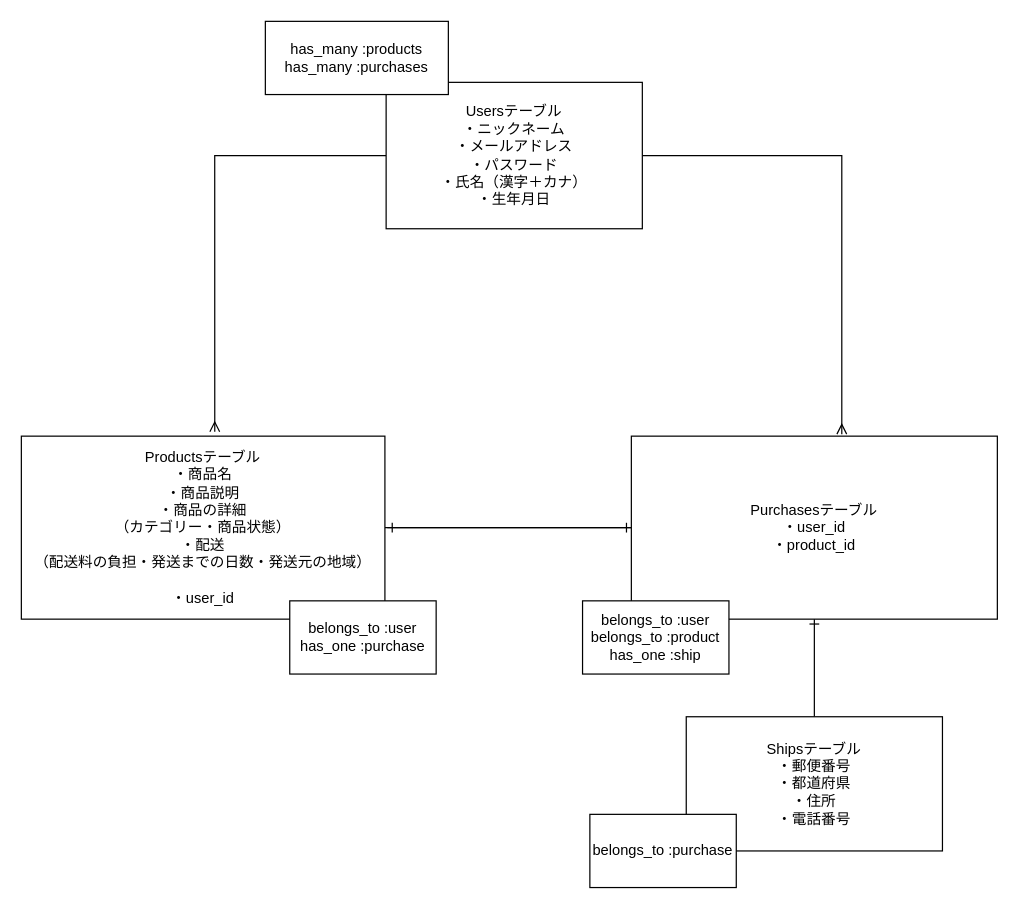
This is page "table" (2 of 2) of er.dio from k-ske/furima-29079, a draw.io file, before an edit. Source tidied: cells renumbered, new cells numbered last; positions are measured from the earlier drawing's top-left corner, leaving out a move shared by most shapes. Both pictures are drawn from the tidied source at 122%, with x=0, y=0 at pixel (21, 21).
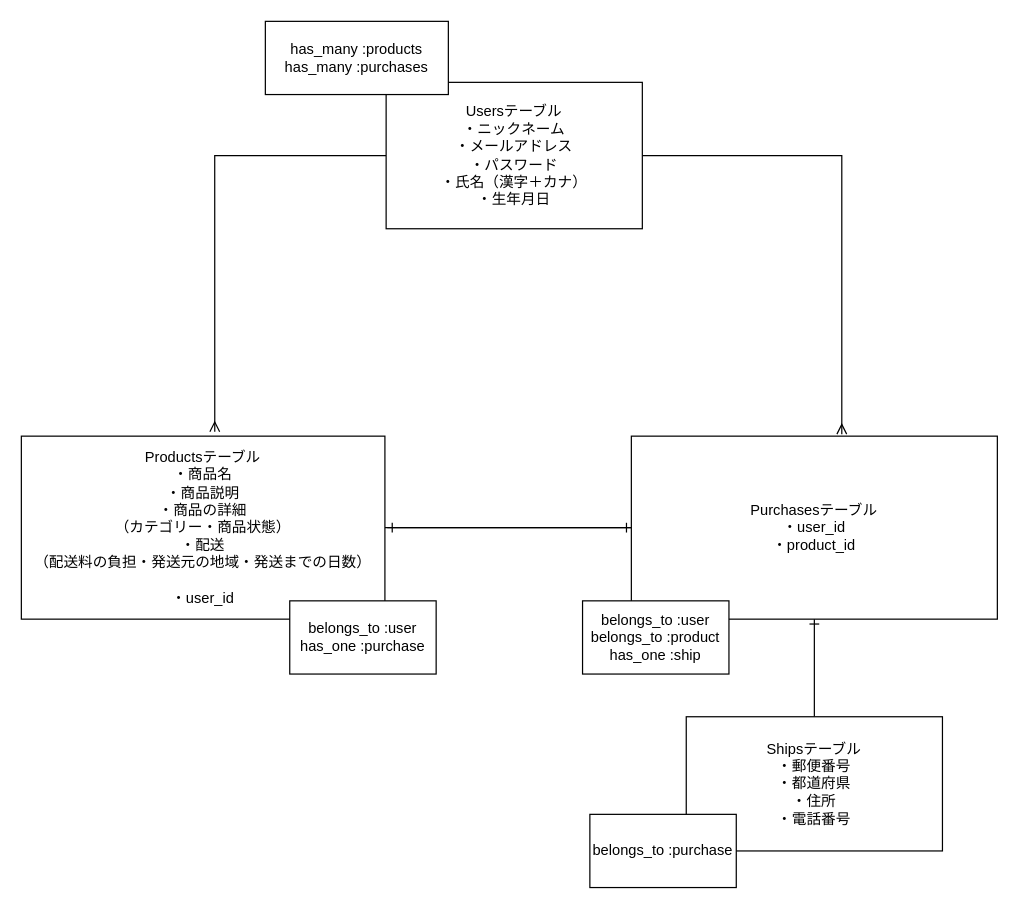
After the change.

The edit, as a diff of the source:
```diff
@@
 <mxGraphModel>
   <root>
     <mxCell id="0" />
     <mxCell id="1" parent="0" />
     <mxCell id="2" style="edgeStyle=orthogonalEdgeStyle;rounded=0;jettySize=auto;html=1;exitX=0;exitY=0.5;exitDx=0;exitDy=0;backgroundOutline=0;endArrow=ERmany;endFill=1;entryX=0.532;entryY=-0.024;entryDx=0;entryDy=0;entryPerimeter=0;" parent="1" edge="1" source="4" target="6">
       <mxGeometry relative="1" as="geometry" />
     </mxCell>
     <mxCell id="3" style="edgeStyle=orthogonalEdgeStyle;rounded=0;jettySize=auto;html=1;endArrow=ERmany;endFill=0;entryX=0.575;entryY=-0.011;entryDx=0;entryDy=0;entryPerimeter=0;" parent="1" edge="1" source="4" target="8">
       <mxGeometry relative="1" as="geometry">
         <Array as="points">
           <mxPoint x="673" y="110" />
         </Array>
       </mxGeometry>
     </mxCell>
     <mxCell id="4" value="Usersテーブル&lt;br&gt;・ニックネーム&lt;br&gt;・メールアドレス&lt;br&gt;・パスワード&lt;br&gt;・氏名（漢字＋カナ）&lt;br&gt;・生年月日" style="whiteSpace=wrap;html=1;" parent="1" vertex="1">
       <mxGeometry x="299" y="50" width="210" height="120" as="geometry" />
     </mxCell>
     <mxCell id="5" style="edgeStyle=orthogonalEdgeStyle;rounded=0;jettySize=auto;html=1;endArrow=ERone;endFill=0;entryX=0;entryY=0.5;entryDx=0;entryDy=0;" parent="1" edge="1" source="6" target="8">
       <mxGeometry relative="1" as="geometry" />
     </mxCell>
-    <mxCell id="6" value="Productsテーブル&lt;br&gt;・商品名&lt;br&gt;・商品説明&lt;br&gt;・商品の詳細&lt;br&gt;（カテゴリー・商品状態）&lt;br&gt;・配送&lt;br&gt;（配送料の負担・発送までの日数・発送元の地域）&lt;br&gt;&lt;br&gt;・user_id" style="whiteSpace=wrap;html=1;" parent="1" vertex="1">
+    <mxCell id="6" value="Productsテーブル&lt;br&gt;・商品名&lt;br&gt;・商品説明&lt;br&gt;・商品の詳細&lt;br&gt;（カテゴリー・商品状態）&lt;br&gt;・配送&lt;br&gt;（配送料の負担・発送元の地域・発送までの日数）&lt;br&gt;&lt;br&gt;・user_id" style="whiteSpace=wrap;html=1;" parent="1" vertex="1">
       <mxGeometry y="340" width="298" height="150" as="geometry" />
     </mxCell>
     <mxCell id="7" style="edgeStyle=orthogonalEdgeStyle;rounded=0;jettySize=auto;html=1;endArrow=ERone;endFill=0;" parent="1" edge="1" source="8">
       <mxGeometry relative="1" as="geometry">
         <mxPoint x="300" y="415" as="targetPoint" />
         <Array as="points">
           <mxPoint x="460" y="415" />
           <mxPoint x="460" y="415" />
         </Array>
       </mxGeometry>
     </mxCell>
     <mxCell id="8" value="Purchasesテーブル&lt;br&gt;・user_id&lt;br&gt;・product_id" style="whiteSpace=wrap;html=1;" parent="1" vertex="1">
       <mxGeometry x="500" y="340" width="300" height="150" as="geometry" />
     </mxCell>
     <mxCell id="9" value="has_many :products&lt;br&gt;has_many :purchases" style="whiteSpace=wrap;html=1;" parent="1" vertex="1">
       <mxGeometry x="200" width="150" height="60" as="geometry" />
     </mxCell>
     <mxCell id="10" value="belongs_to :user&lt;br&gt;belongs_to :product&lt;br&gt;has_one :ship" style="whiteSpace=wrap;html=1;" parent="1" vertex="1">
       <mxGeometry x="460" y="475" width="120" height="60" as="geometry" />
     </mxCell>
     <mxCell id="11" value="belongs_to :user&lt;br&gt;has_one :purchase" style="whiteSpace=wrap;html=1;" parent="1" vertex="1">
       <mxGeometry x="220" y="475" width="120" height="60" as="geometry" />
     </mxCell>
     <mxCell id="12" style="edgeStyle=orthogonalEdgeStyle;rounded=0;jettySize=auto;html=1;entryX=0.5;entryY=1;entryDx=0;entryDy=0;endArrow=ERone;endFill=0;" parent="1" edge="1" source="13" target="8">
       <mxGeometry relative="1" as="geometry" />
     </mxCell>
     <mxCell id="13" value="Shipsテーブル&lt;br&gt;・郵便番号&lt;br&gt;・都道府県&lt;br&gt;・住所&lt;br&gt;・電話番号" style="whiteSpace=wrap;html=1;" parent="1" vertex="1">
       <mxGeometry x="545" y="570" width="210" height="110" as="geometry" />
     </mxCell>
     <mxCell id="14" value="belongs_to :purchase" style="whiteSpace=wrap;html=1;" parent="1" vertex="1">
       <mxGeometry x="466" y="650" width="120" height="60" as="geometry" />
     </mxCell>
   </root>
 </mxGraphModel>
```
